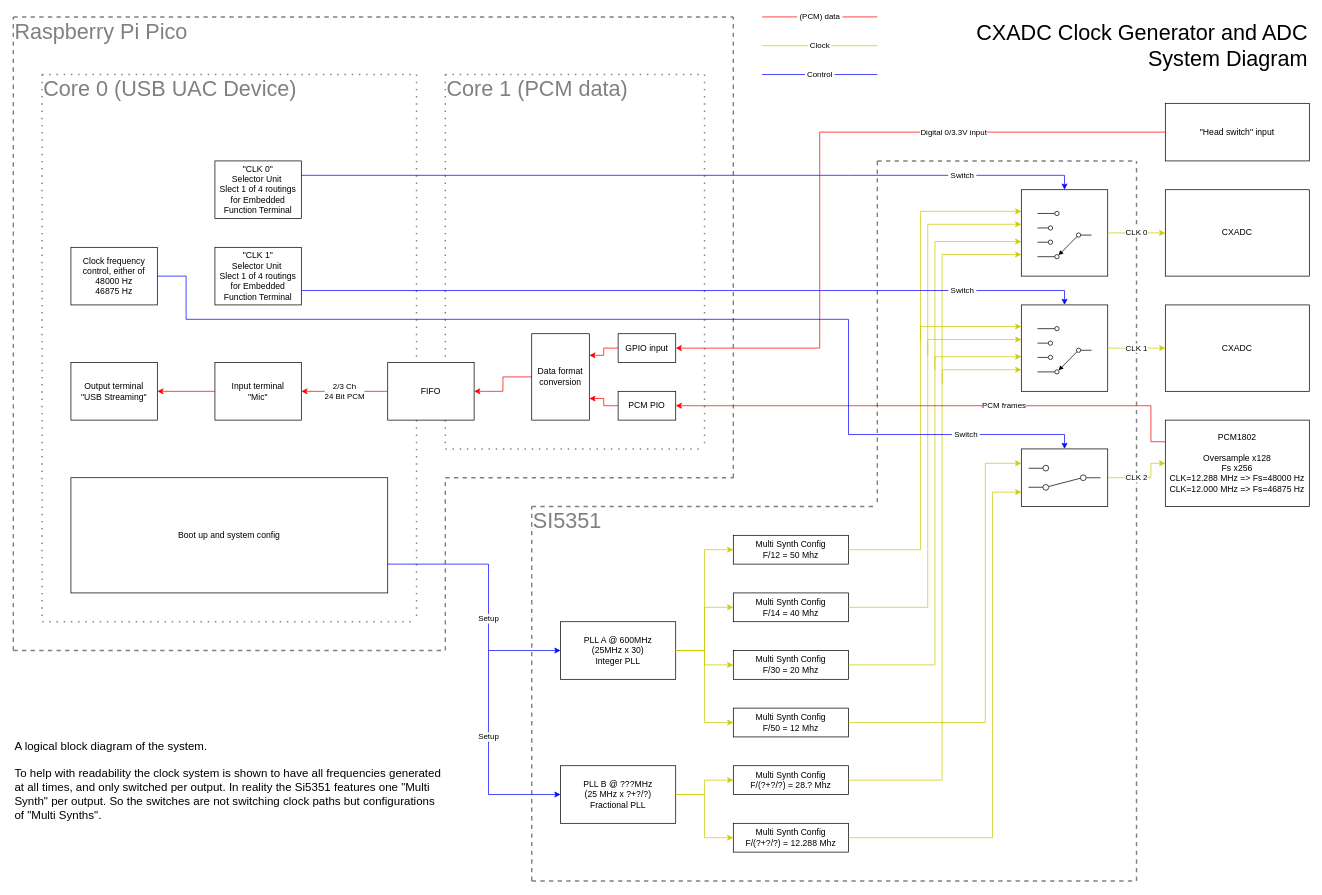
This is system-diagram.drawio from rianhunter/blah, a draw.io file, before an edit. Source tidied: cells renumbered, new cells numbered last; positions are measured from the earlier drawing's top-left corner, leaving out a move shared by most shapes. Both pictures are drawn from the tidied source at 72%, with x=0, y=0 at pixel (13, 17).
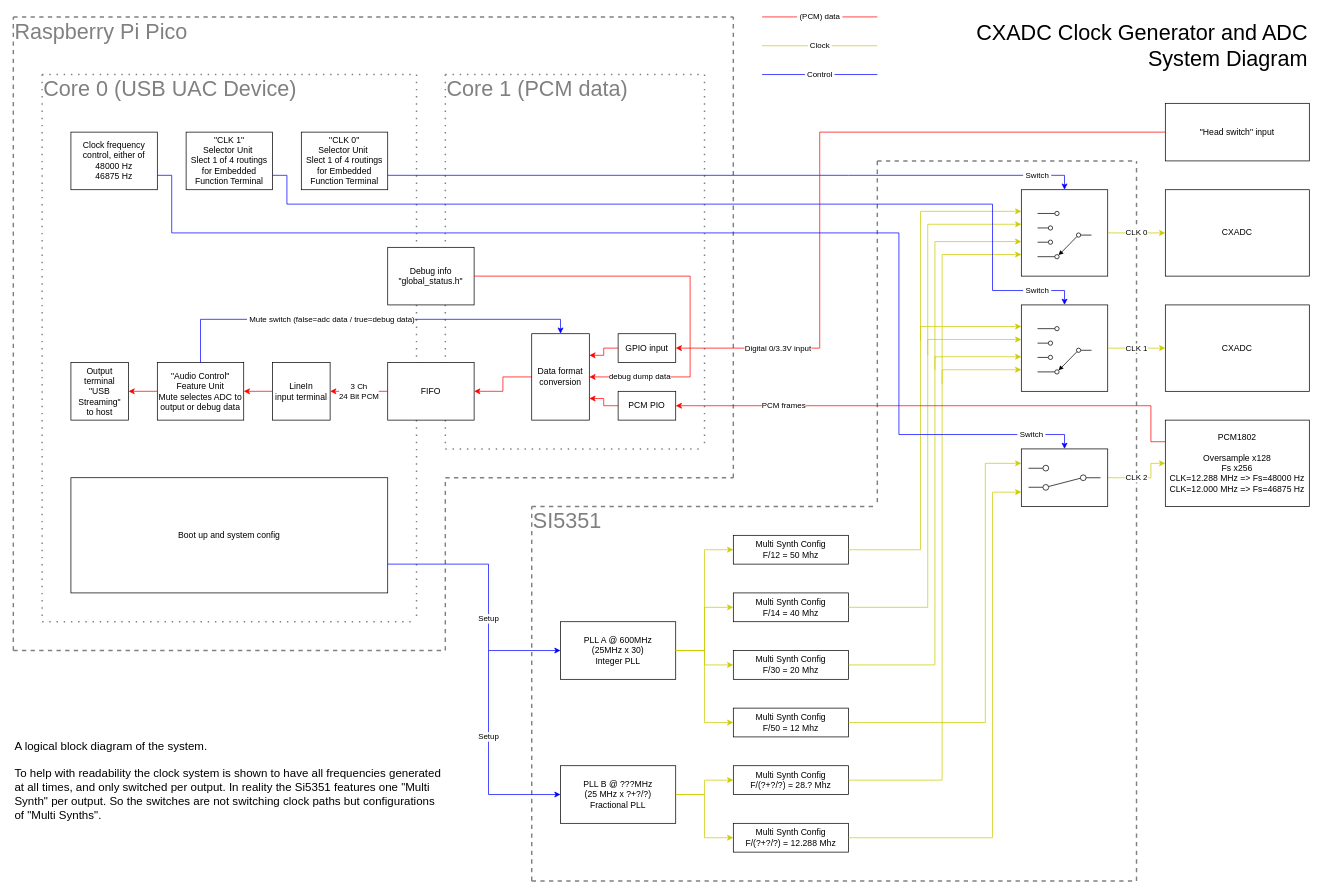
The same page after the edit.

The change refers to these unchanged cells:
```xml
<mxCell id="27" value="PCM1802&lt;br&gt;&lt;br&gt;Oversample x128&lt;br&gt;Fs x256&lt;br&gt;CLK=12.288 MHz =&amp;gt; Fs=48000 Hz&lt;br&gt;CLK=12.000 MHz =&amp;gt; Fs=46875 Hz&lt;span style=&quot;font-family:monospace&quot;&gt;&lt;/span&gt;" style="rounded=0;whiteSpace=wrap;html=1;" parent="26" vertex="1">
  <mxGeometry x="1600" y="560" width="200" height="120" as="geometry" />
</mxCell>
<mxCell id="46" style="rounded=0;whiteSpace=wrap;html=1;" parent="45" vertex="1">
  <mxGeometry width="120" height="80" as="geometry" />
</mxCell>
<mxCell id="52" style="rounded=0;whiteSpace=wrap;html=1;points=[[0,0,0,0,0],[0,0.25,0,0,0],[0,0.4,0,0,0],[0,0.6,0,0,0],[0,0.75,0,0,0],[0,1,0,0,0],[0.25,0,0,0,0],[0.25,1,0,0,0],[0.5,0,0,0,0],[0.5,1,0,0,0],[0.75,0,0,0,0],[0.75,1,0,0,0],[1,0,0,0,0],[1,0.25,0,0,0],[1,0.5,0,0,0],[1,0.75,0,0,0],[1,1,0,0,0]];" parent="51" vertex="1">
  <mxGeometry width="120" height="120" as="geometry" />
</mxCell>
<mxCell id="59" style="rounded=0;whiteSpace=wrap;html=1;points=[[0,0,0,0,0],[0,0.25,0,0,0],[0,0.4,0,0,0],[0,0.6,0,0,0],[0,0.75,0,0,0],[0,1,0,0,0],[0.25,0,0,0,0],[0.25,1,0,0,0],[0.5,0,0,0,0],[0.5,1,0,0,0],[0.75,0,0,0,0],[0.75,1,0,0,0],[1,0,0,0,0],[1,0.25,0,0,0],[1,0.5,0,0,0],[1,0.75,0,0,0],[1,1,0,0,0]];" parent="58" vertex="1">
  <mxGeometry width="120" height="120" as="geometry" />
</mxCell>
<mxCell id="73" value="PCM PIO" style="rounded=0;whiteSpace=wrap;html=1;" parent="26" vertex="1">
  <mxGeometry x="840" y="520" width="80" height="40" as="geometry" />
</mxCell>
<mxCell id="74" value="FIFO" style="rounded=0;whiteSpace=wrap;html=1;" parent="26" vertex="1">
  <mxGeometry x="520" y="480" width="120" height="80" as="geometry" />
</mxCell>
<mxCell id="77" value="GPIO input" style="rounded=0;whiteSpace=wrap;html=1;" parent="26" vertex="1">
  <mxGeometry x="840" y="440" width="80" height="40" as="geometry" />
</mxCell>
<mxCell id="78" value="&quot;Head switch&quot; input" style="rounded=0;whiteSpace=wrap;html=1;" parent="26" vertex="1">
  <mxGeometry x="1600" y="120" width="200" height="80" as="geometry" />
</mxCell>
<mxCell id="80" value="Data format&lt;br&gt;conversion" style="rounded=0;whiteSpace=wrap;html=1;" parent="26" vertex="1">
  <mxGeometry x="720" y="440" width="80" height="120" as="geometry" />
</mxCell>
```

Diff of the diagram source:
```diff
@@
+    <mxCell id="89" parent="0" />
+    <mxCell id="90" value="&lt;font style=&quot;font-size: 30px;&quot;&gt;CXADC Clock Generator and ADC&lt;br style=&quot;font-size: 30px;&quot;&gt;System Diagram&lt;/font&gt;" style="text;html=1;strokeColor=none;fillColor=none;align=right;verticalAlign=middle;whiteSpace=wrap;rounded=0;fontSize=30;" parent="89" vertex="1">
+      <mxGeometry x="1280" width="520" height="80" as="geometry" />
+    </mxCell>
+    <mxCell id="91" value="&amp;nbsp;Clock&amp;nbsp;" style="endArrow=none;html=1;rounded=0;strokeColor=#CCCC00;" parent="89" edge="1">
+      <mxGeometry relative="1" as="geometry">
+        <mxPoint x="1040" y="40" as="sourcePoint" />
+        <mxPoint x="1200" y="40" as="targetPoint" />
+      </mxGeometry>
+    </mxCell>
+    <mxCell id="92" value="&amp;nbsp;Control&amp;nbsp;" style="endArrow=none;html=1;rounded=0;strokeColor=#0000FF;" parent="89" edge="1">
+      <mxGeometry relative="1" as="geometry">
+        <mxPoint x="1040" y="80" as="sourcePoint" />
+        <mxPoint x="1200" y="80" as="targetPoint" />
+      </mxGeometry>
+    </mxCell>
+    <mxCell id="93" value="&amp;nbsp;(PCM) data&amp;nbsp;" style="endArrow=none;html=1;rounded=0;strokeColor=#FF0000;" parent="89" edge="1">
+      <mxGeometry relative="1" as="geometry">
+        <mxPoint x="1040" as="sourcePoint" />
+        <mxPoint x="1200" as="targetPoint" />
+      </mxGeometry>
+    </mxCell>
+    <mxCell id="94" value="&lt;font style=&quot;font-size: 16px;&quot;&gt;A logical block diagram of the system.&lt;br style=&quot;font-size: 16px;&quot;&gt;&lt;br style=&quot;font-size: 16px;&quot;&gt;To help with readability the clock system is shown to have all frequencies generated at all times, and only switched per output. In reality the Si5351 features one &quot;Multi Synth&quot; per output. So the switches are not switching clock paths but configurations of &quot;Multi Synths&quot;.&lt;br&gt;&lt;/font&gt;" style="text;html=1;strokeColor=none;fillColor=none;align=left;verticalAlign=middle;whiteSpace=wrap;rounded=0;fontSize=16;" parent="89" vertex="1">
+      <mxGeometry y="920" width="600" height="280" as="geometry" />
+    </mxCell>
@@
     <mxCell id="66" value="&quot;CLK 0&quot;&lt;br&gt;Selector Unit&amp;nbsp;&lt;br&gt;Slect 1 of 4 routings for Embedded Function Terminal" style="rounded=0;whiteSpace=wrap;html=1;" parent="26" vertex="1">
-      <mxGeometry x="280" y="200" width="120" height="80" as="geometry" />
+      <mxGeometry x="400" y="160" width="120" height="80" as="geometry" />
     </mxCell>
     <mxCell id="67" value="&amp;nbsp;Switch&amp;nbsp;" style="endArrow=classic;html=1;rounded=0;exitX=1;exitY=0.75;exitDx=0;exitDy=0;entryX=0.5;entryY=0;entryDx=0;entryDy=0;entryPerimeter=0;strokeColor=#0000FF;" parent="26" edge="1" source="85" target="52">
-      <mxGeometry x="0.7" relative="1" as="geometry">
+      <mxGeometry x="0.91" relative="1" as="geometry">
         <Array as="points">
+          <mxPoint x="380" y="220" />
+          <mxPoint x="380" y="260" />
+          <mxPoint x="1360" y="260" />
+          <mxPoint x="1360" y="380" />
           <mxPoint x="1460" y="380" />
         </Array>
       </mxGeometry>
     </mxCell>
-    <mxCell id="68" value="&amp;nbsp;Switch&amp;nbsp;" style="endArrow=classic;html=1;rounded=0;exitX=1;exitY=0.25;exitDx=0;exitDy=0;entryX=0.5;entryY=0;entryDx=0;entryDy=0;entryPerimeter=0;strokeColor=#0000FF;" parent="26" edge="1" source="66" target="59">
-      <mxGeometry x="0.7" relative="1" as="geometry">
+    <mxCell id="68" value="&amp;nbsp;Switch&amp;nbsp;" style="endArrow=classic;html=1;rounded=0;exitX=1;exitY=0.75;exitDx=0;exitDy=0;entryX=0.5;entryY=0;entryDx=0;entryDy=0;entryPerimeter=0;strokeColor=#0000FF;" parent="26" edge="1" source="66" target="59">
+      <mxGeometry x="0.88" relative="1" as="geometry">
         <Array as="points">
           <mxPoint x="1160" y="220" />
           <mxPoint x="1460" y="220" />
         </Array>
       </mxGeometry>
     </mxCell>
-    <mxCell id="69" value="Input terminal&lt;br&gt;&quot;Mic&quot;" style="rounded=0;whiteSpace=wrap;html=1;" parent="26" vertex="1">
-      <mxGeometry x="280" y="480" width="120" height="80" as="geometry" />
+    <mxCell id="69" value="LineIn&lt;br&gt;input terminal" style="rounded=0;whiteSpace=wrap;html=1;" parent="26" vertex="1">
+      <mxGeometry x="360" y="480" width="80" height="80" as="geometry" />
     </mxCell>
     <mxCell id="70" value="PCM frames" style="endArrow=classic;html=1;rounded=0;exitX=0;exitY=0.25;exitDx=0;exitDy=0;strokeColor=#FF0000;entryX=1;entryY=0.5;entryDx=0;entryDy=0;" parent="26" edge="1" source="27" target="73">
-      <mxGeometry x="-0.25" relative="1" as="geometry">
+      <mxGeometry x="0.59" relative="1" as="geometry">
         <Array as="points">
           <mxPoint x="1580" y="590" />
           <mxPoint x="1580" y="540" />
         </Array>
       </mxGeometry>
     </mxCell>
-    <mxCell id="71" value="Output terminal&lt;br&gt;&quot;USB Streaming&quot;" style="rounded=0;whiteSpace=wrap;html=1;" parent="26" vertex="1">
-      <mxGeometry x="80" y="480" width="120" height="80" as="geometry" />
+    <mxCell id="71" value="Output terminal&lt;br&gt;&quot;USB Streaming&quot;&lt;br&gt;to host" style="rounded=0;whiteSpace=wrap;html=1;" parent="26" vertex="1">
+      <mxGeometry x="80" y="480" width="80" height="80" as="geometry" />
     </mxCell>
-    <mxCell id="72" style="endArrow=classic;html=1;rounded=0;exitX=0;exitY=0.5;exitDx=0;exitDy=0;entryX=1;entryY=0.5;entryDx=0;entryDy=0;strokeColor=#FF0000;" parent="26" edge="1" source="69" target="71">
+    <mxCell id="72" style="endArrow=classic;html=1;rounded=0;exitX=0;exitY=0.5;exitDx=0;exitDy=0;entryX=1;entryY=0.5;entryDx=0;entryDy=0;strokeColor=#FF0000;" parent="26" edge="1" source="69" target="95">
       <mxGeometry relative="1" as="geometry" />
     </mxCell>
@@
-    <mxCell id="76" value="2/3 Ch&lt;br style=&quot;border-color: var(--border-color);&quot;&gt;24 Bit PCM" style="endArrow=classic;html=1;rounded=0;exitX=0;exitY=0.5;exitDx=0;exitDy=0;strokeColor=#FF0000;entryX=1;entryY=0.5;entryDx=0;entryDy=0;" parent="26" edge="1" source="74" target="69">
+    <mxCell id="76" value="3 Ch&lt;br style=&quot;border-color: var(--border-color);&quot;&gt;24 Bit PCM" style="endArrow=classic;html=1;rounded=0;exitX=0;exitY=0.5;exitDx=0;exitDy=0;strokeColor=#FF0000;entryX=1;entryY=0.5;entryDx=0;entryDy=0;" parent="26" edge="1" source="74" target="69">
       <mxGeometry relative="1" as="geometry" />
     </mxCell>
@@
     <mxCell id="79" value="Digital 0/3.3V input" style="endArrow=classic;html=1;rounded=0;exitX=0;exitY=0.5;exitDx=0;exitDy=0;strokeColor=#FF0000;entryX=1;entryY=0.5;entryDx=0;entryDy=0;" parent="26" edge="1" source="78" target="77">
-      <mxGeometry x="-0.4" relative="1" as="geometry">
+      <mxGeometry x="0.71" relative="1" as="geometry">
         <Array as="points">
           <mxPoint x="1120" y="160" />
           <mxPoint x="1120" y="460" />
         </Array>
       </mxGeometry>
     </mxCell>
@@
     <mxCell id="83" value="Clock frequency control, either of&lt;br&gt;48000 Hz&lt;br&gt;46875 Hz" style="rounded=0;whiteSpace=wrap;html=1;" parent="26" vertex="1">
-      <mxGeometry x="80" y="320" width="120" height="80" as="geometry" />
+      <mxGeometry x="80" y="160" width="120" height="80" as="geometry" />
     </mxCell>
-    <mxCell id="84" value="&amp;nbsp;Switch&amp;nbsp;" style="endArrow=classic;html=1;rounded=0;entryX=0.5;entryY=0;entryDx=0;entryDy=0;strokeColor=#0000FF;exitX=1;exitY=0.5;exitDx=0;exitDy=0;" parent="26" edge="1" source="83" target="46">
-      <mxGeometry x="0.79" relative="1" as="geometry">
+    <mxCell id="84" value="&amp;nbsp;Switch&amp;nbsp;" style="endArrow=classic;html=1;rounded=0;entryX=0.5;entryY=0;entryDx=0;entryDy=0;strokeColor=#0000FF;exitX=1;exitY=0.75;exitDx=0;exitDy=0;" parent="26" edge="1" source="83" target="46">
+      <mxGeometry x="0.92" relative="1" as="geometry">
         <Array as="points">
-          <mxPoint x="240" y="360" />
-          <mxPoint x="240" y="420" />
-          <mxPoint x="1160" y="420" />
-          <mxPoint x="1160" y="580" />
+          <mxPoint x="220" y="220" />
+          <mxPoint x="220" y="300" />
+          <mxPoint x="1230" y="300" />
+          <mxPoint x="1230" y="580" />
           <mxPoint x="1460" y="580" />
         </Array>
       </mxGeometry>
     </mxCell>
     <mxCell id="85" value="&quot;CLK 1&quot;&lt;br style=&quot;border-color: var(--border-color);&quot;&gt;Selector Unit&amp;nbsp;&lt;br style=&quot;border-color: var(--border-color);&quot;&gt;Slect 1 of 4 routings for Embedded Function Terminal" style="rounded=0;whiteSpace=wrap;html=1;" parent="26" vertex="1">
-      <mxGeometry x="280" y="320" width="120" height="80" as="geometry" />
+      <mxGeometry x="240" y="160" width="120" height="80" as="geometry" />
     </mxCell>
@@
-    <mxCell id="89" parent="0" />
-    <mxCell id="90" value="&lt;font style=&quot;font-size: 30px;&quot;&gt;CXADC Clock Generator and ADC&lt;br style=&quot;font-size: 30px;&quot;&gt;System Diagram&lt;/font&gt;" style="text;html=1;strokeColor=none;fillColor=none;align=right;verticalAlign=middle;whiteSpace=wrap;rounded=0;fontSize=30;" parent="89" vertex="1">
-      <mxGeometry x="1280" width="520" height="80" as="geometry" />
-    </mxCell>
-    <mxCell id="91" value="&amp;nbsp;Clock&amp;nbsp;" style="endArrow=none;html=1;rounded=0;strokeColor=#CCCC00;" parent="89" edge="1">
-      <mxGeometry relative="1" as="geometry">
-        <mxPoint x="1040" y="40" as="sourcePoint" />
-        <mxPoint x="1200" y="40" as="targetPoint" />
-      </mxGeometry>
-    </mxCell>
-    <mxCell id="92" value="&amp;nbsp;Control&amp;nbsp;" style="endArrow=none;html=1;rounded=0;strokeColor=#0000FF;" parent="89" edge="1">
-      <mxGeometry relative="1" as="geometry">
-        <mxPoint x="1040" y="80" as="sourcePoint" />
-        <mxPoint x="1200" y="80" as="targetPoint" />
-      </mxGeometry>
-    </mxCell>
-    <mxCell id="93" value="&amp;nbsp;(PCM) data&amp;nbsp;" style="endArrow=none;html=1;rounded=0;strokeColor=#FF0000;" parent="89" edge="1">
-      <mxGeometry relative="1" as="geometry">
-        <mxPoint x="1040" as="sourcePoint" />
-        <mxPoint x="1200" as="targetPoint" />
-      </mxGeometry>
-    </mxCell>
-    <mxCell id="94" value="&lt;font style=&quot;font-size: 16px;&quot;&gt;A logical block diagram of the system.&lt;br style=&quot;font-size: 16px;&quot;&gt;&lt;br style=&quot;font-size: 16px;&quot;&gt;To help with readability the clock system is shown to have all frequencies generated at all times, and only switched per output. In reality the Si5351 features one &quot;Multi Synth&quot; per output. So the switches are not switching clock paths but configurations of &quot;Multi Synths&quot;.&lt;br&gt;&lt;/font&gt;" style="text;html=1;strokeColor=none;fillColor=none;align=left;verticalAlign=middle;whiteSpace=wrap;rounded=0;fontSize=16;" parent="89" vertex="1">
-      <mxGeometry y="920" width="600" height="280" as="geometry" />
-    </mxCell>
+    <mxCell id="95" value="&quot;Audio Control&quot;&lt;br&gt;Feature Unit&lt;br&gt;Mute selectes ADC to output or debug data" style="rounded=0;whiteSpace=wrap;html=1;" parent="26" vertex="1">
+      <mxGeometry x="200" y="480" width="120" height="80" as="geometry" />
+    </mxCell>
+    <mxCell id="96" value="&amp;nbsp;Mute switch (false=adc data / true=debug data)" style="endArrow=classic;html=1;rounded=0;entryX=0.5;entryY=0;entryDx=0;entryDy=0;strokeColor=#0000FF;exitX=0.5;exitY=0;exitDx=0;exitDy=0;" parent="26" edge="1" source="95" target="80">
+      <mxGeometry x="-0.17" relative="1" as="geometry">
+        <Array as="points">
+          <mxPoint x="260" y="420" />
+          <mxPoint x="760" y="420" />
+        </Array>
+      </mxGeometry>
+    </mxCell>
+    <mxCell id="97" value="&lt;p style=&quot;margin: 0px; font-size: 12px;&quot;&gt;&lt;font style=&quot;font-size: 12px;&quot;&gt;Debug info&lt;/font&gt;&lt;/p&gt;&lt;p style=&quot;margin: 0px; font-size: 12px;&quot;&gt;&lt;font style=&quot;font-size: 12px;&quot;&gt;&quot;&lt;span style=&quot;text-align: start; background-color: initial; font-size: 12px;&quot;&gt;global_status.h&lt;/span&gt;&lt;span style=&quot;background-color: initial; font-size: 12px;&quot;&gt;&quot;&lt;/span&gt;&lt;/font&gt;&lt;/p&gt;" style="rounded=0;whiteSpace=wrap;html=1;align=center;fontSize=12;" parent="26" vertex="1">
+      <mxGeometry x="520" y="320" width="120" height="80" as="geometry" />
+    </mxCell>
+    <mxCell id="98" value="debug dump data" style="endArrow=classic;html=1;rounded=0;strokeColor=#FF0000;entryX=1;entryY=0.5;entryDx=0;entryDy=0;exitX=1;exitY=0.5;exitDx=0;exitDy=0;" parent="26" edge="1" source="97" target="80">
+      <mxGeometry x="0.76" relative="1" as="geometry">
+        <Array as="points">
+          <mxPoint x="940" y="360" />
+          <mxPoint x="940" y="500" />
+        </Array>
+      </mxGeometry>
+    </mxCell>
+    <mxCell id="99" style="endArrow=classic;html=1;rounded=0;exitX=0;exitY=0.5;exitDx=0;exitDy=0;entryX=1;entryY=0.5;entryDx=0;entryDy=0;strokeColor=#FF0000;" parent="26" edge="1" source="95" target="71">
+      <mxGeometry relative="1" as="geometry" />
+    </mxCell>
```
